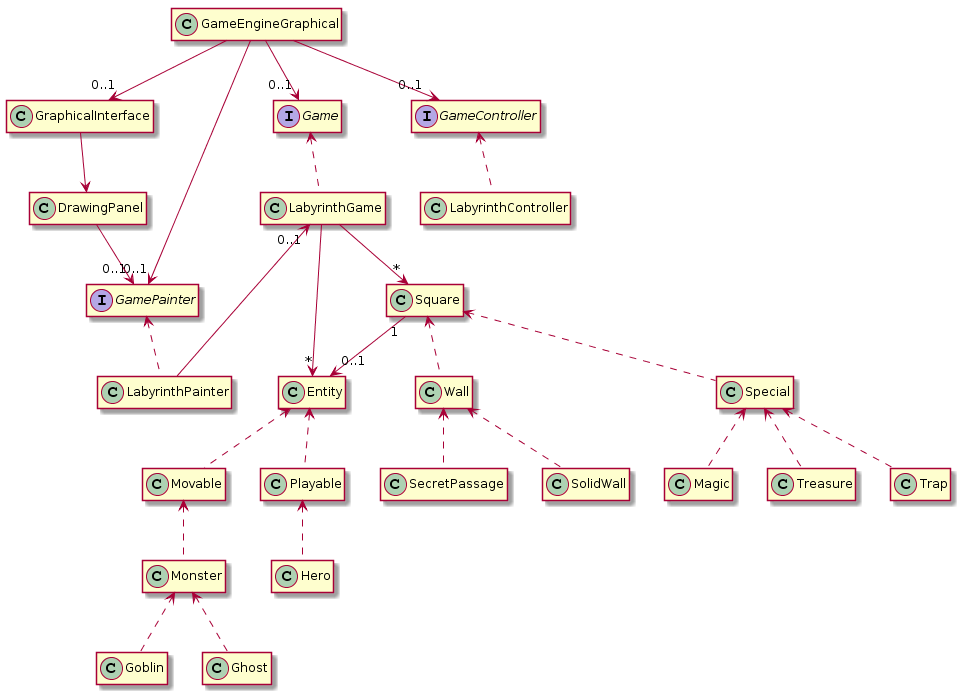
Before: annexe/Diagramme.png, a diagram exported from PlantUML (lukyky414/ACL2018_LAN-SCH). Source of this version:
```plantuml
@startuml
hide empty methods
hide empty field

GameEngineGraphical --> "0..1" GraphicalInterface
GameEngineGraphical --> "0..1" GamePainter
GameEngineGraphical --> "0..1" Game
GameEngineGraphical --> "0..1" GameController
DrawingPanel--> "0..1" GamePainter
GraphicalInterface --> DrawingPanel

GameController <.. LabyrinthController
Game <.. LabyrinthGame
GamePainter <.. LabyrinthPainter
LabyrinthGame "0..1" <-- LabyrinthPainter



Interface GamePainter

Interface Game

Interface GameController


LabyrinthGame --> "*" Square
Square "1"--> "0..1" Entity
Square <.. Wall
Wall <.. SecretPassage
Wall <.. SolidWall
Square <.. Special
Special <.. Magic
Special <.. Treasure
Special <.. Trap




LabyrinthGame --> "*" Entity
Entity <.. Movable
Entity <.. Playable
Playable <.. Hero
Movable <.. Monster
Monster <.. Goblin
Monster <.. Ghost
@enduml
```
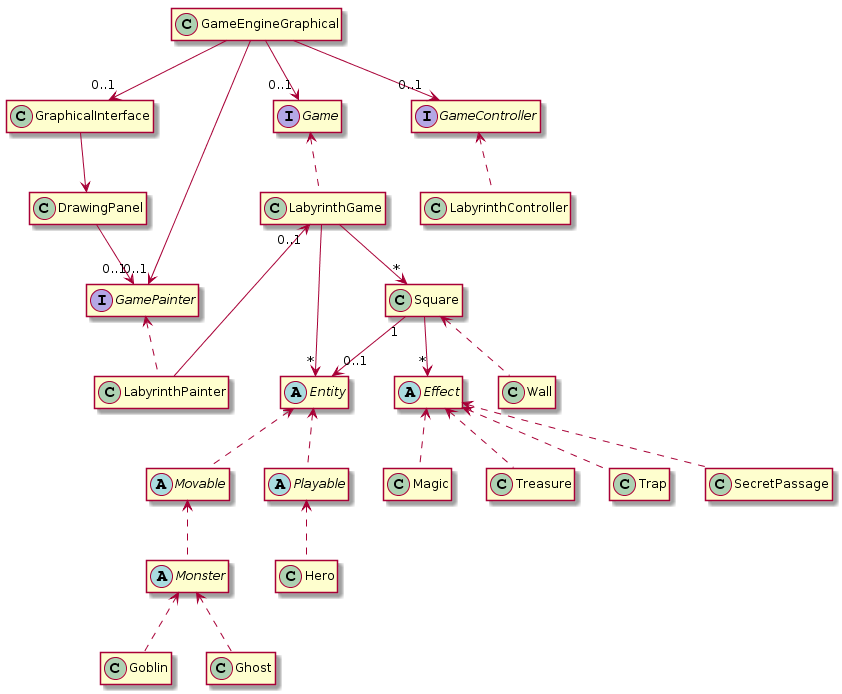
After the change.

Commit message:
diagramme avec effets sur cases

Change to the diagram source:
```diff
@@ -22,16 +22,21 @@
 
 Interface GameController
 
+abstract Effect
+abstract Entity
+abstract Movable
+abstract Playable
+abstract Monster
+
 
 LabyrinthGame --> "*" Square
 Square "1"--> "0..1" Entity
 Square <.. Wall
-Wall <.. SecretPassage
-Wall <.. SolidWall
-Square <.. Special
-Special <.. Magic
-Special <.. Treasure
-Special <.. Trap
+Square --> "*" Effect
+Effect <.. Magic
+Effect <.. Treasure
+Effect <.. Trap
+Effect <.. SecretPassage
 
 
 
```
